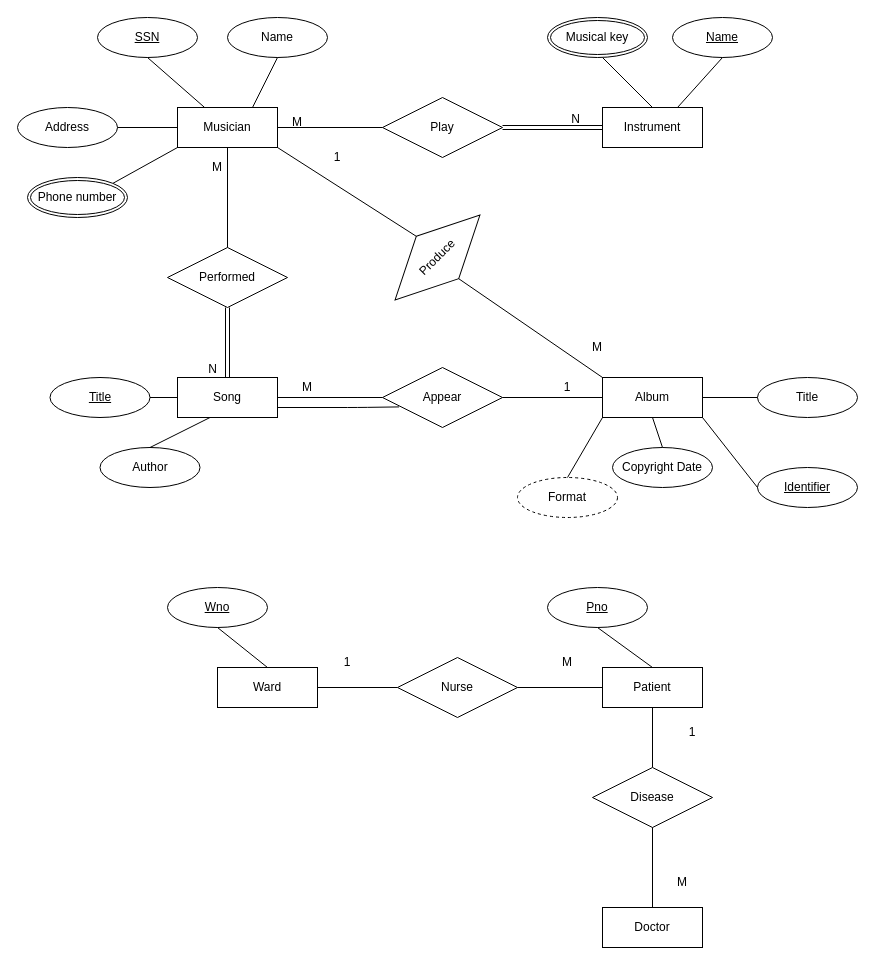
Before: Untitled Diagram.drawio in jaosn0412/SimpleColorGame, a draw.io diagram. Source tidied: cells renumbered, new cells numbered last; positions are measured from the earlier drawing's top-left corner, leaving out a move shared by most shapes. Both pictures are drawn from the tidied source at 100%, with x=0, y=0 at pixel (17, 17).
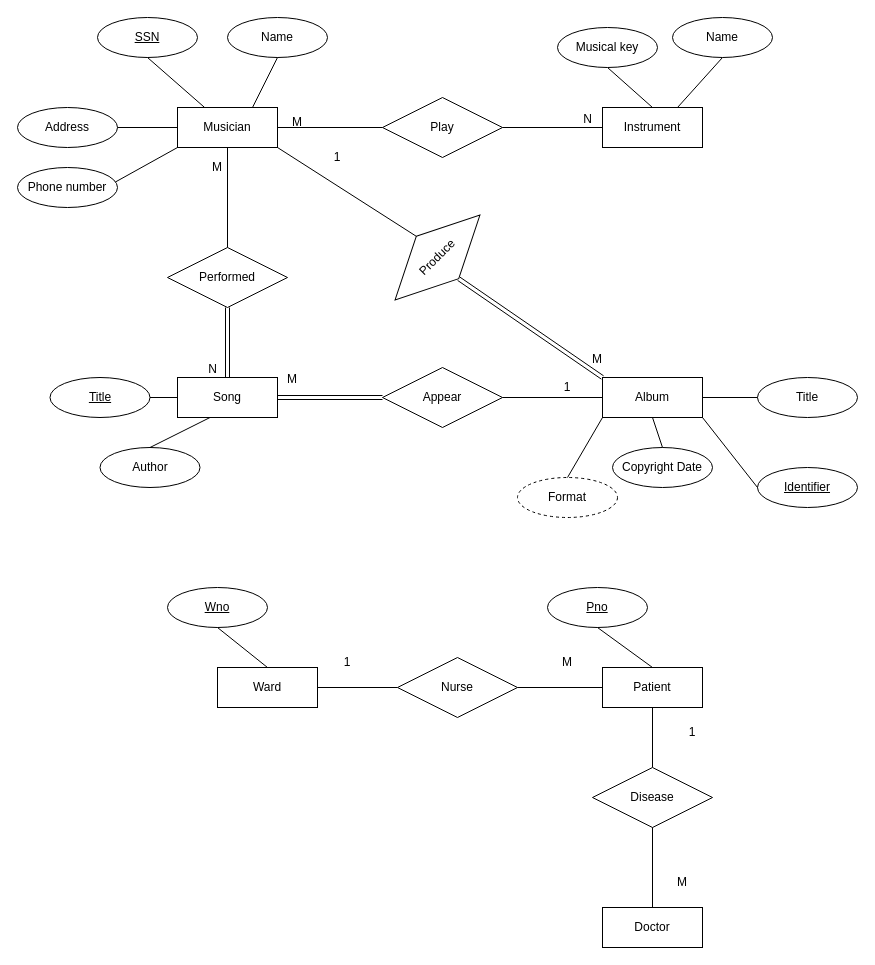
Above is the later version.

The change refers to these unchanged cells:
```xml
<mxCell id="19" value="Musician" style="whiteSpace=wrap;html=1;align=center;" parent="1" vertex="1">
  <mxGeometry x="160" y="90" width="100" height="40" as="geometry" />
</mxCell>
<mxCell id="27" value="Instrument" style="whiteSpace=wrap;html=1;align=center;" parent="1" vertex="1">
  <mxGeometry x="585" y="90" width="100" height="40" as="geometry" />
</mxCell>
<mxCell id="33" value="Album" style="whiteSpace=wrap;html=1;align=center;" parent="1" vertex="1">
  <mxGeometry x="585" y="360" width="100" height="40" as="geometry" />
</mxCell>
<mxCell id="42" value="Song" style="whiteSpace=wrap;html=1;align=center;" parent="1" vertex="1">
  <mxGeometry x="160" y="360" width="100" height="40" as="geometry" />
</mxCell>
<mxCell id="47" value="Play" style="shape=rhombus;perimeter=rhombusPerimeter;whiteSpace=wrap;html=1;align=center;" parent="1" vertex="1">
  <mxGeometry x="365" y="80" width="120" height="60" as="geometry" />
</mxCell>
<mxCell id="50" value="Appear" style="shape=rhombus;perimeter=rhombusPerimeter;whiteSpace=wrap;html=1;align=center;" parent="1" vertex="1">
  <mxGeometry x="365" y="350" width="120" height="60" as="geometry" />
</mxCell>
<mxCell id="55" value="Performed" style="shape=rhombus;perimeter=rhombusPerimeter;whiteSpace=wrap;html=1;align=center;" parent="1" vertex="1">
  <mxGeometry x="150" y="230" width="120" height="60" as="geometry" />
</mxCell>
<mxCell id="58" value="Produce" style="shape=rhombus;perimeter=rhombusPerimeter;whiteSpace=wrap;html=1;align=center;rotation=-45;" parent="1" vertex="1">
  <mxGeometry x="360" y="210" width="120" height="60" as="geometry" />
</mxCell>
```

Diff of the diagram source:
```diff
@@
-    <mxCell id="26" style="endArrow=none;html=1;exitX=1;exitY=0;exitDx=0;exitDy=0;entryX=0;entryY=1;entryDx=0;entryDy=0;" parent="1" edge="1" source="31" target="19">
-      <mxGeometry relative="1" as="geometry" />
+    <mxCell id="26" style="endArrow=none;html=1;exitX=1;exitY=0;exitDx=0;exitDy=0;entryX=0;entryY=1;entryDx=0;entryDy=0;" parent="1" edge="1" target="19">
+      <mxGeometry relative="1" as="geometry">
+        <mxPoint x="95.4" y="165.9" as="sourcePoint" />
+      </mxGeometry>
     </mxCell>
@@
-    <mxCell id="28" style="endArrow=none;html=1;entryX=0.5;entryY=1;entryDx=0;entryDy=0;exitX=0.5;exitY=0;exitDx=0;exitDy=0;" parent="1" edge="1" source="27">
-      <mxGeometry relative="1" as="geometry">
-        <mxPoint x="585" y="40" as="targetPoint" />
-      </mxGeometry>
+    <mxCell id="28" style="endArrow=none;html=1;entryX=0.5;entryY=1;entryDx=0;entryDy=0;exitX=0.5;exitY=0;exitDx=0;exitDy=0;" parent="1" edge="1" source="27" target="32">
+      <mxGeometry relative="1" as="geometry" />
     </mxCell>
-    <mxCell id="29" value="Name" style="ellipse;whiteSpace=wrap;html=1;align=center;fontStyle=4;" parent="1" vertex="1">
-      <mxGeometry x="655" width="100" height="40" as="geometry" />
-    </mxCell>
-    <mxCell id="30" style="endArrow=none;html=1;entryX=0.75;entryY=0;entryDx=0;entryDy=0;exitX=0.5;exitY=1;exitDx=0;exitDy=0;" parent="1" edge="1" source="29" target="27">
-      <mxGeometry relative="1" as="geometry" />
+    <mxCell id="30" style="endArrow=none;html=1;entryX=0.75;entryY=0;entryDx=0;entryDy=0;exitX=0.5;exitY=1;exitDx=0;exitDy=0;" parent="1" edge="1" target="27">
+      <mxGeometry relative="1" as="geometry">
+        <mxPoint x="705" y="40" as="sourcePoint" />
+      </mxGeometry>
     </mxCell>
-    <mxCell id="31" value="Phone number" style="ellipse;shape=doubleEllipse;margin=3;whiteSpace=wrap;html=1;align=center;" parent="1" vertex="1">
-      <mxGeometry x="10" y="160" width="100" height="40" as="geometry" />
-    </mxCell>
-    <mxCell id="32" value="Musical key" style="ellipse;shape=doubleEllipse;margin=3;whiteSpace=wrap;html=1;align=center;" parent="1" vertex="1">
-      <mxGeometry x="530" width="100" height="40" as="geometry" />
-    </mxCell>
@@
-    <mxCell id="51" value="M" style="text;html=1;strokeColor=none;fillColor=none;align=center;verticalAlign=middle;whiteSpace=wrap;rounded=0;" parent="1" vertex="1">
-      <mxGeometry x="270" y="360" width="40" height="20" as="geometry" />
-    </mxCell>
@@
-    <mxCell id="53" style="endArrow=none;html=1;entryX=1;entryY=0.5;entryDx=0;entryDy=0;exitX=0;exitY=0.5;exitDx=0;exitDy=0;" parent="1" edge="1" source="50" target="42">
-      <mxGeometry relative="1" as="geometry" />
-    </mxCell>
@@
-    <mxCell id="60" style="endArrow=none;html=1;exitX=0;exitY=0;exitDx=0;exitDy=0;entryX=0.5;entryY=1;entryDx=0;entryDy=0;" parent="1" edge="1" source="33" target="58">
-      <mxGeometry relative="1" as="geometry" />
-    </mxCell>
@@
-    <mxCell id="62" value="M" style="text;html=1;strokeColor=none;fillColor=none;align=center;verticalAlign=middle;whiteSpace=wrap;rounded=0;" parent="1" vertex="1">
-      <mxGeometry x="560" y="320" width="40" height="20" as="geometry" />
-    </mxCell>
+    <mxCell id="66" style="shape=link;html=1;rounded=0;exitX=0.5;exitY=1;exitDx=0;exitDy=0;entryX=0.5;entryY=0;entryDx=0;entryDy=0;" parent="1" edge="1" source="55" target="42">
+      <mxGeometry relative="1" as="geometry" />
+    </mxCell>
+    <mxCell id="67" value="N" style="html=1;align=right;verticalAlign=bottom;" parent="66" vertex="1">
+      <mxGeometry x="1" relative="1" as="geometry">
+        <mxPoint x="-10" as="offset" />
+      </mxGeometry>
+    </mxCell>
+    <mxCell id="68" style="shape=link;html=1;rounded=0;exitX=0.5;exitY=1;exitDx=0;exitDy=0;entryX=0;entryY=0;entryDx=0;entryDy=0;" parent="1" edge="1" source="58" target="33">
+      <mxGeometry relative="1" as="geometry" />
+    </mxCell>
+    <mxCell id="69" value="M" style="html=1;align=right;verticalAlign=bottom;" parent="68" vertex="1">
+      <mxGeometry x="1" relative="1" as="geometry">
+        <mxPoint y="-10" as="offset" />
+      </mxGeometry>
+    </mxCell>
+    <mxCell id="31" value="Phone number" style="ellipse;whiteSpace=wrap;html=1;align=center;" parent="1" vertex="1">
+      <mxGeometry y="150" width="100" height="40" as="geometry" />
+    </mxCell>
+    <mxCell id="65" style="shape=link;html=1;rounded=0;exitX=1;exitY=0.5;exitDx=0;exitDy=0;entryX=0;entryY=0.5;entryDx=0;entryDy=0;" parent="1" edge="1" source="42" target="50">
+      <mxGeometry relative="1" as="geometry" />
+    </mxCell>
+    <mxCell id="70" value="M" style="html=1;align=right;verticalAlign=bottom;" parent="65" vertex="1">
+      <mxGeometry x="1" relative="1" as="geometry">
+        <mxPoint x="-85" y="-10" as="offset" />
+      </mxGeometry>
+    </mxCell>
+    <mxCell id="32" value="Musical key" style="ellipse;whiteSpace=wrap;html=1;align=center;" parent="1" vertex="1">
+      <mxGeometry x="540" y="10" width="100" height="40" as="geometry" />
+    </mxCell>
+    <mxCell id="29" value="Name" style="ellipse;whiteSpace=wrap;html=1;align=center;" parent="1" vertex="1">
+      <mxGeometry x="655" width="100" height="40" as="geometry" />
+    </mxCell>
-    <mxCell id="63" style="shape=link;html=1;rounded=0;exitX=1;exitY=0.5;exitDx=0;exitDy=0;entryX=0;entryY=0.5;entryDx=0;entryDy=0;" parent="1" edge="1" source="47" target="27">
+    <mxCell id="63" style="endArrow=none;html=1;rounded=0;exitX=1;exitY=0.5;exitDx=0;exitDy=0;entryX=0;entryY=0.5;entryDx=0;entryDy=0;" parent="1" edge="1" source="47" target="27">
       <mxGeometry relative="1" as="geometry" />
     </mxCell>
     <mxCell id="64" value="N" style="html=1;align=right;verticalAlign=bottom;" parent="63" vertex="1">
       <mxGeometry x="1" relative="1" as="geometry">
-        <mxPoint x="-22" as="offset" />
+        <mxPoint x="-10" as="offset" />
       </mxGeometry>
     </mxCell>
-    <mxCell id="65" style="endArrow=none;html=1;exitX=1;exitY=0.75;exitDx=0;exitDy=0;entryX=0.138;entryY=0.657;entryDx=0;entryDy=0;entryPerimeter=0;" parent="1" edge="1" source="42" target="50">
-      <mxGeometry relative="1" as="geometry">
-        <Array as="points">
-          <mxPoint x="340" y="390" />
-        </Array>
-      </mxGeometry>
-    </mxCell>
-    <mxCell id="66" style="shape=link;html=1;rounded=0;exitX=0.5;exitY=1;exitDx=0;exitDy=0;entryX=0.5;entryY=0;entryDx=0;entryDy=0;" parent="1" edge="1" source="55" target="42">
-      <mxGeometry relative="1" as="geometry" />
-    </mxCell>
-    <mxCell id="67" value="N" style="html=1;align=right;verticalAlign=bottom;" parent="66" vertex="1">
-      <mxGeometry x="1" relative="1" as="geometry">
-        <mxPoint x="-10" as="offset" />
-      </mxGeometry>
-    </mxCell>
```
